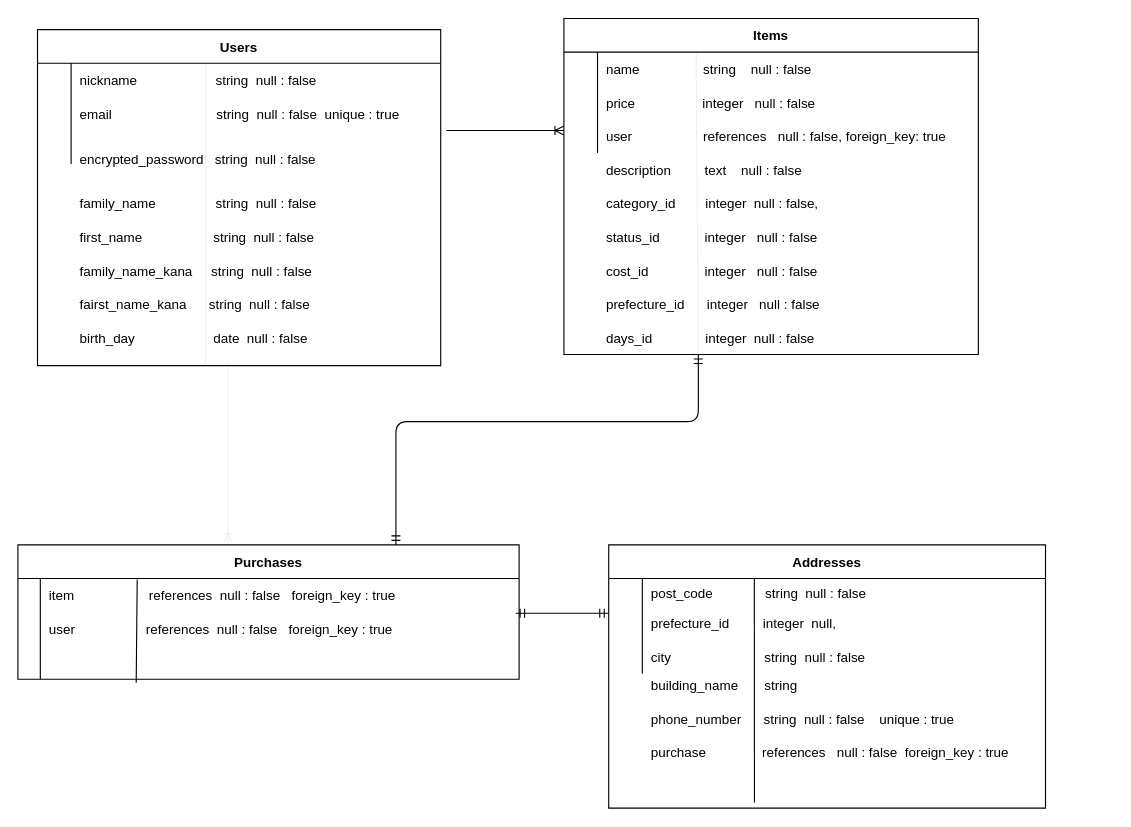
Above: furima.dio in snake97123/furima-32028 (draw.io), before the change. Source tidied: cells renumbered, new cells numbered last; positions are measured from the earlier drawing's top-left corner, leaving out a move shared by most shapes. Both pictures are drawn from the tidied source at 112%, with x=0, y=0 at pixel (17, 18).
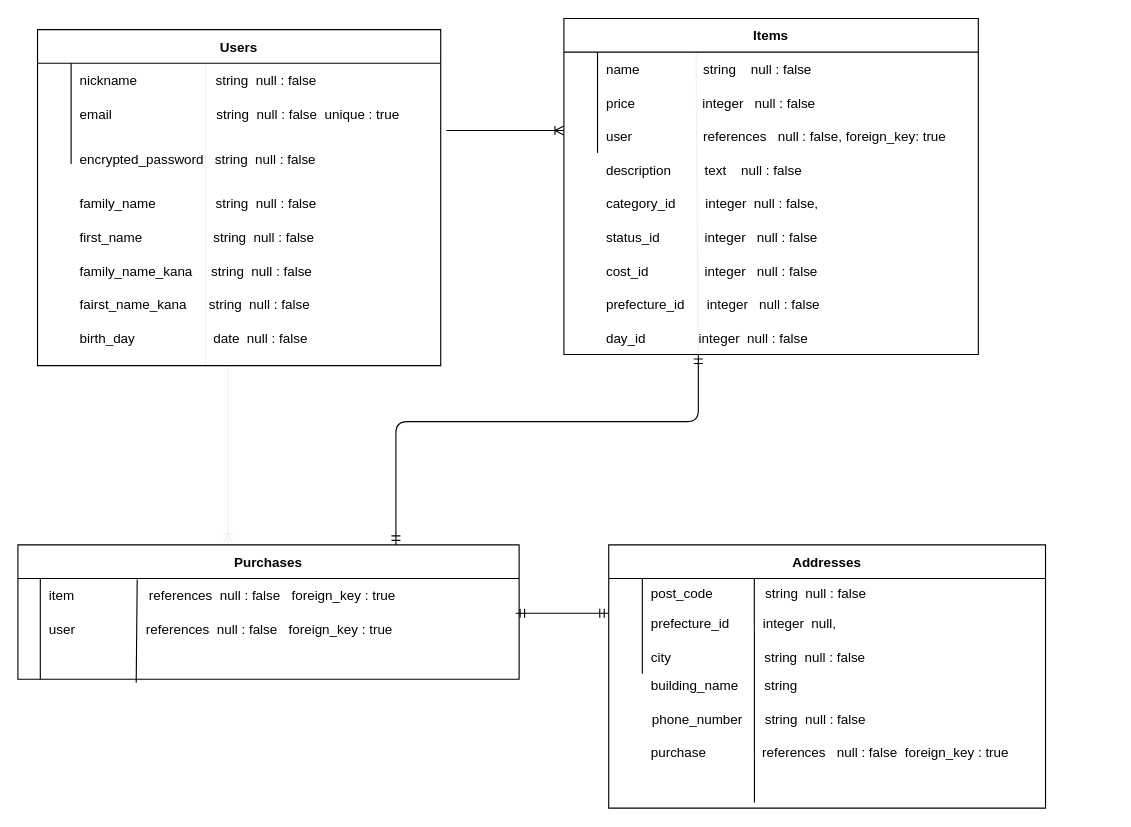
Above is the later version.

Commit message (it also covers changes not shown here):
データベース設計　追加修正

The edit, as a diff of the source:
```diff
@@
-    <mxCell id="25" value="days_id　　       integer  null : false" style="shape=partialRectangle;fillColor=none;top=0;left=0;bottom=0;right=0;align=left;spacingLeft=6;overflow=hidden;" parent="1" vertex="1">
+    <mxCell id="25" value="day_id　　       integer  null : false" style="shape=partialRectangle;fillColor=none;top=0;left=0;bottom=0;right=0;align=left;spacingLeft=6;overflow=hidden;" parent="1" vertex="1">
       <mxGeometry x="518" y="270" width="300" height="30" as="geometry" />
     </mxCell>
@@
-    <mxCell id="42" value="phone_number      string  null : false    unique : true" style="shape=partialRectangle;fillColor=none;top=0;left=0;bottom=0;right=0;align=left;spacingLeft=6;overflow=hidden;" parent="1" vertex="1">
-      <mxGeometry x="558" y="610" width="280" height="30" as="geometry" />
+    <mxCell id="42" value="phone_number      string  null : false   " style="shape=partialRectangle;fillColor=none;top=0;left=0;bottom=0;right=0;align=left;spacingLeft=6;overflow=hidden;" parent="1" vertex="1">
+      <mxGeometry x="559" y="610" width="280" height="30" as="geometry" />
     </mxCell>
```
